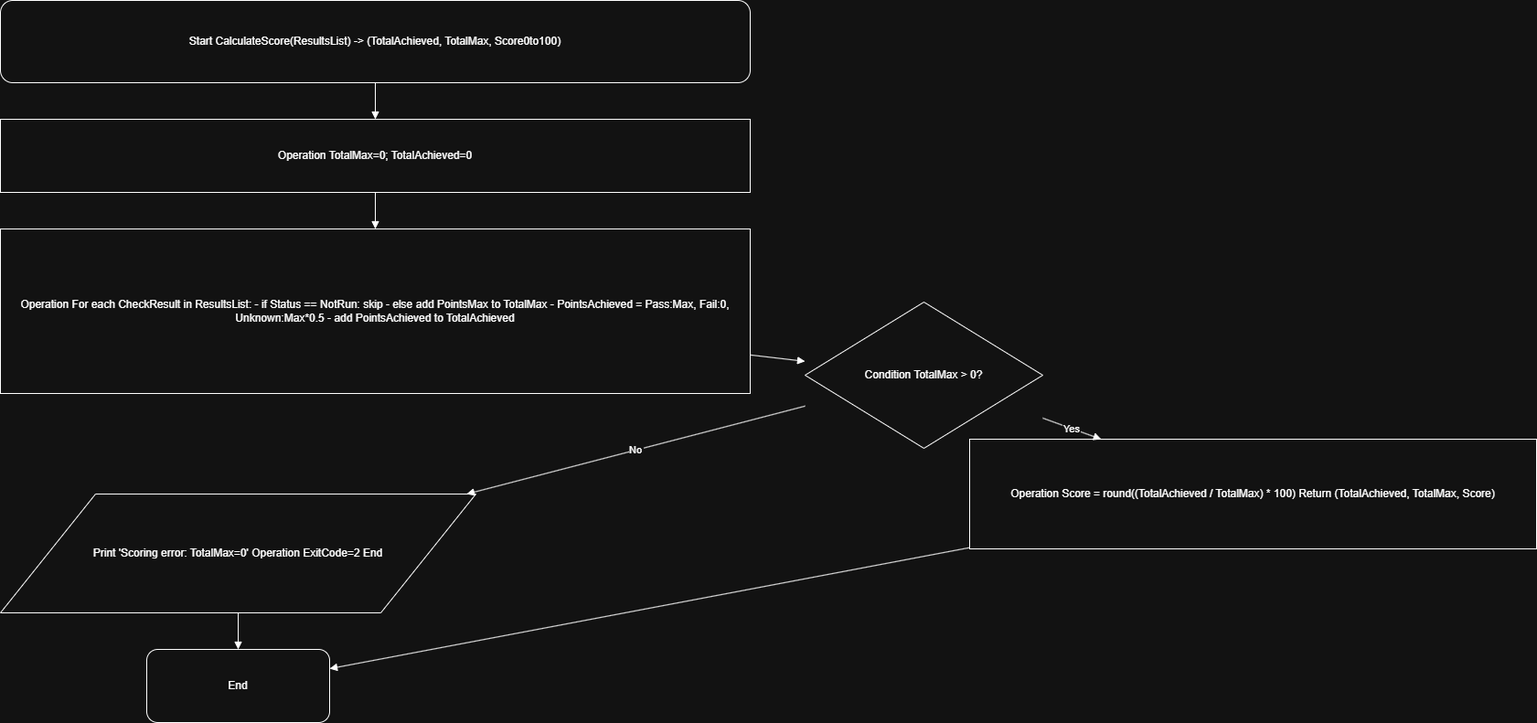
Before: docs/flowchart/WinSecureCheck_FUNCTIONS-CalculateScore().drawio.png, a diagram exported from draw.io (ZensykU2/ProjektM431_M122). Source tidied: cells renumbered, new cells last; positions are measured from the earlier drawing's top-left corner, leaving out a move shared by most shapes.
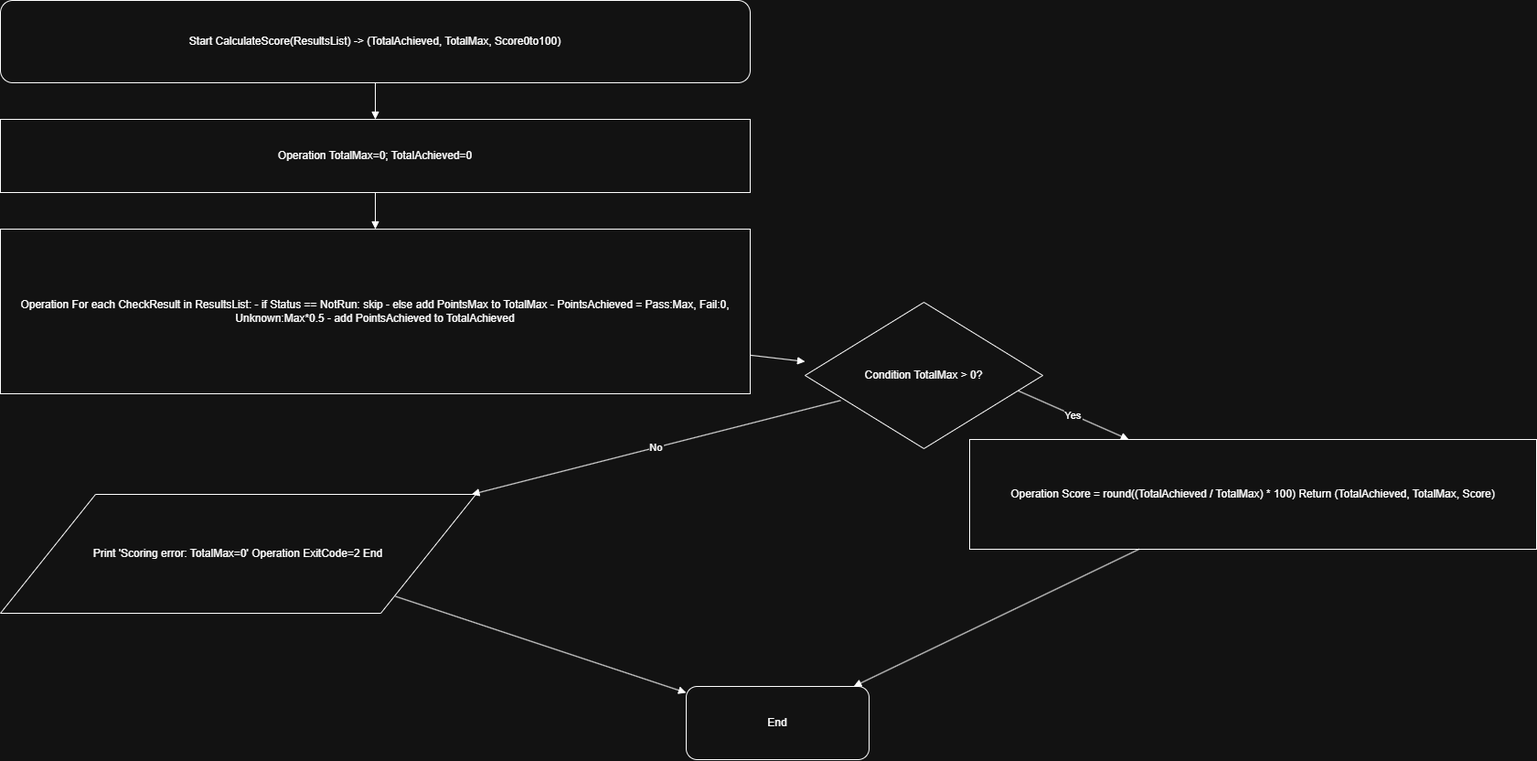
After the commit.

The edit, as a diff of the source:
```diff
@@ -21,7 +21,7 @@
       <mxGeometry x="1060" y="480" width="620" height="120" as="geometry" />
     </mxCell>
     <mxCell id="8" value="End" style="shape=terminator;whiteSpace=wrap;html=0;align=center;verticalAlign=middle;rounded=1;" parent="1" vertex="1">
-      <mxGeometry x="160" y="710" width="200" height="80" as="geometry" />
+      <mxGeometry x="750" y="750" width="200" height="80" as="geometry" />
     </mxCell>
     <mxCell id="9" style="endArrow=block;html=0;rounded=0;" parent="1" edge="1" source="2" target="3">
       <mxGeometry relative="1" as="geometry" />
@@ -32,16 +32,16 @@
     <mxCell id="11" style="endArrow=block;html=0;rounded=0;" parent="1" edge="1" source="4" target="5">
       <mxGeometry relative="1" as="geometry" />
     </mxCell>
-    <mxCell id="12" value="Yes" style="endArrow=block;html=0;rounded=0;" parent="1" edge="1" source="5" target="7">
+    <mxCell id="12" value="Yes" style="endArrow=block;html=0;rounded=0;exitX=0.897;exitY=0.605;exitDx=0;exitDy=0;exitPerimeter=0;" parent="1" edge="1" source="5" target="7">
       <mxGeometry relative="1" as="geometry" />
     </mxCell>
-    <mxCell id="13" value="No" style="endArrow=block;html=0;rounded=0;" parent="1" edge="1" source="5" target="6">
+    <mxCell id="13" value="No" style="endArrow=block;html=0;rounded=0;exitX=0.149;exitY=0.671;exitDx=0;exitDy=0;exitPerimeter=0;" parent="1" edge="1" source="5" target="6">
       <mxGeometry relative="1" as="geometry" />
     </mxCell>
     <mxCell id="14" style="endArrow=block;html=0;rounded=0;" parent="1" edge="1" source="7" target="8">
       <mxGeometry relative="1" as="geometry" />
     </mxCell>
-    <mxCell id="15" style="endArrow=block;html=0;rounded=0;" parent="1" edge="1" source="6" target="8">
+    <mxCell id="15" style="endArrow=block;html=0;rounded=0;exitX=0.831;exitY=0.858;exitDx=0;exitDy=0;exitPerimeter=0;" parent="1" edge="1" source="6" target="8">
       <mxGeometry relative="1" as="geometry" />
     </mxCell>
   </root>
```
